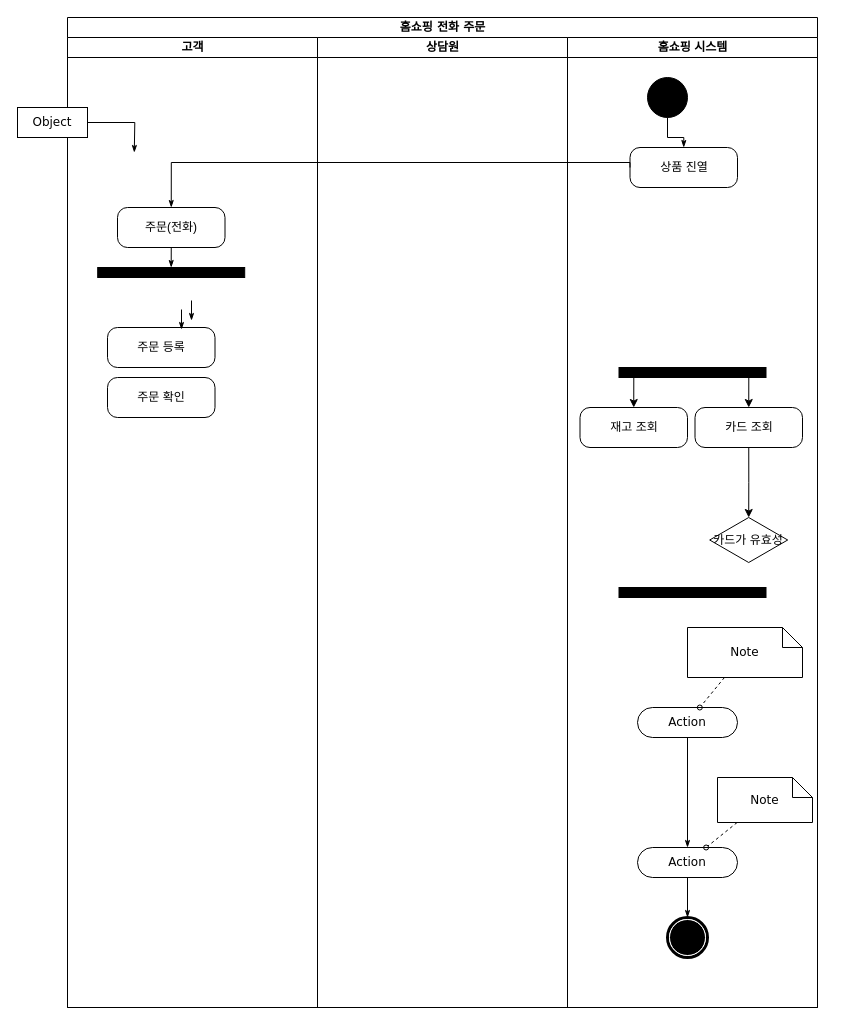
This is 액티비티 다이어그램.drawio from hyun10144/Lecture3-1, a draw.io file, before an edit. Source tidied: cells renumbered, new cells numbered last; positions are measured from the earlier drawing's top-left corner, leaving out a move shared by most shapes. Both pictures are drawn from the tidied source at 100%, with x=0, y=0 at pixel (17, 17).
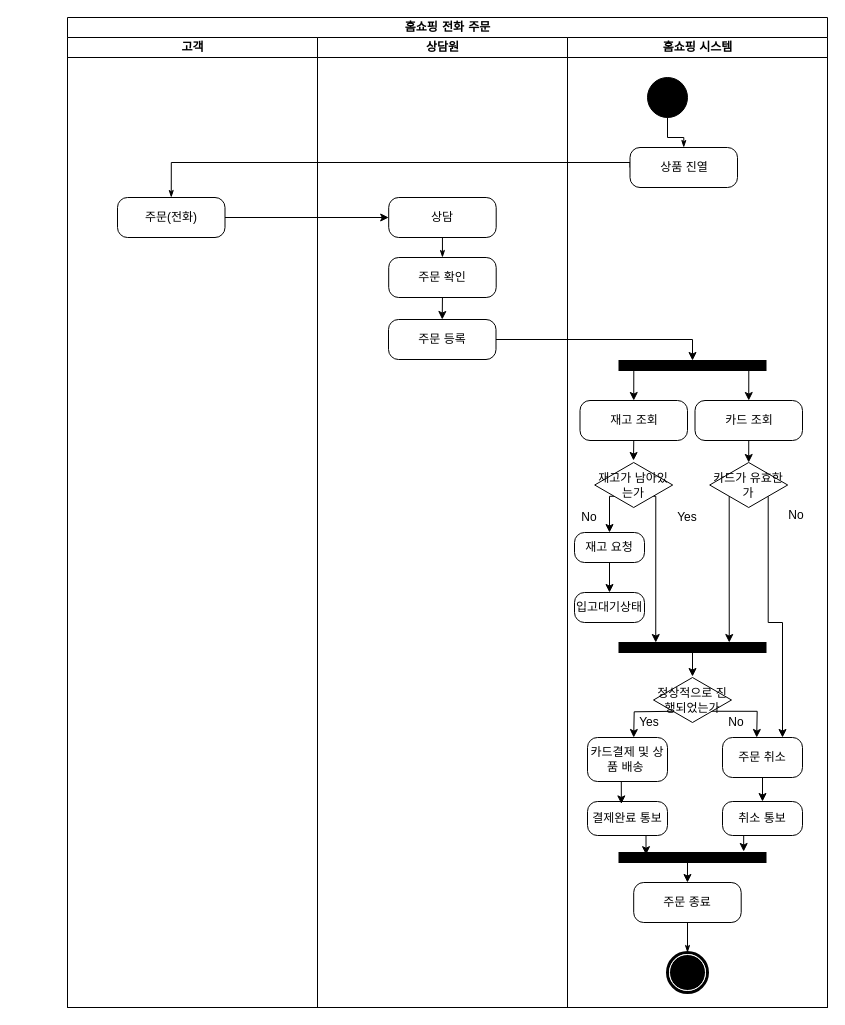
The same page after the edit.

Commit message (it also covers changes not shown here):
액티비티 다이어그램.drawio 업데이트

The change refers to these unchanged cells:
```xml
<mxCell id="3" value="고객" style="swimlane;html=1;startSize=20;" parent="2" vertex="1">
  <mxGeometry y="20" width="250" height="970" as="geometry" />
</mxCell>
<mxCell id="22" value="상품 진열" style="html=1;dashed=0;rounded=1;absoluteArcSize=1;arcSize=20;verticalAlign=middle;align=center;whiteSpace=wrap;" parent="10" vertex="1">
  <mxGeometry x="62.5" y="110" width="107.5" height="40" as="geometry" />
</mxCell>
```

Diff of the diagram source:
```diff
@@
     <mxCell id="2" value="홈쇼핑 전화 주문" style="swimlane;html=1;startSize=20;rounded=0;shadow=0;comic=0;labelBackgroundColor=none;strokeWidth=1;fontFamily=Verdana;fontSize=12;align=center;" parent="1" vertex="1">
-      <mxGeometry x="50" width="750" height="990" as="geometry" />
+      <mxGeometry x="50" width="760" height="990" as="geometry" />
     </mxCell>
@@
     <mxCell id="4" value="주문(전화)" style="html=1;dashed=0;rounded=1;absoluteArcSize=1;arcSize=20;verticalAlign=middle;align=center;whiteSpace=wrap;" parent="3" vertex="1">
-      <mxGeometry x="50" y="170" width="107.5" height="40" as="geometry" />
+      <mxGeometry x="50" y="160" width="107.5" height="40" as="geometry" />
     </mxCell>
-    <mxCell id="5" style="rounded=0;html=1;labelBackgroundColor=none;startArrow=none;startFill=0;startSize=5;endArrow=classicThin;endFill=1;endSize=5;jettySize=auto;strokeWidth=1;fontFamily=Verdana;fontSize=12;exitX=0.5;exitY=1;exitDx=0;exitDy=0;entryX=0.5;entryY=0;entryDx=0;entryDy=0;" parent="3" edge="1" source="4" target="6">
-      <mxGeometry relative="1" as="geometry" />
-    </mxCell>
-    <mxCell id="6" style="whiteSpace=wrap;html=1;rounded=0;shadow=0;comic=0;labelBackgroundColor=none;strokeWidth=1;fillColor=#000000;fontFamily=Verdana;fontSize=12;align=center;rotation=0;" parent="3" vertex="1">
-      <mxGeometry x="30.2" y="230" width="147" height="10" as="geometry" />
-    </mxCell>
+    <mxCell id="9" value="상담원" style="swimlane;html=1;startSize=20;" parent="2" vertex="1">
+      <mxGeometry x="250" y="20" width="250" height="970" as="geometry" />
+    </mxCell>
+    <mxCell id="36" value="상담" style="html=1;dashed=0;rounded=1;absoluteArcSize=1;arcSize=20;verticalAlign=middle;align=center;whiteSpace=wrap;" parent="9" vertex="1">
+      <mxGeometry x="71.2" y="160" width="107.5" height="40" as="geometry" />
+    </mxCell>
+    <mxCell id="37" style="edgeStyle=orthogonalEdgeStyle;rounded=0;jettySize=auto;html=1;exitX=0.5;exitY=1;exitDx=0;exitDy=0;entryX=0.5;entryY=0;entryDx=0;entryDy=0;" parent="9" edge="1" source="8" target="7">
+      <mxGeometry relative="1" as="geometry" />
+    </mxCell>
+    <mxCell id="8" value="주문 확인" style="html=1;dashed=0;rounded=1;absoluteArcSize=1;arcSize=20;verticalAlign=middle;align=center;whiteSpace=wrap;" parent="9" vertex="1">
+      <mxGeometry x="71.2" y="220" width="107.5" height="40" as="geometry" />
+    </mxCell>
+    <mxCell id="33" style="rounded=0;html=1;labelBackgroundColor=none;startArrow=none;startFill=0;startSize=5;endArrow=classicThin;endFill=1;endSize=5;jettySize=auto;strokeWidth=1;fontFamily=Verdana;fontSize=12;exitX=0.5;exitY=1;exitDx=0;exitDy=0;entryX=0.5;entryY=0;entryDx=0;entryDy=0;" parent="9" edge="1" source="36" target="8">
+      <mxGeometry relative="1" as="geometry" />
+    </mxCell>
-    <mxCell id="7" value="주문 등록" style="html=1;dashed=0;rounded=1;absoluteArcSize=1;arcSize=20;verticalAlign=middle;align=center;whiteSpace=wrap;" parent="3" vertex="1">
-      <mxGeometry x="40" y="290" width="107.5" height="40" as="geometry" />
+    <mxCell id="7" value="주문 등록" style="html=1;dashed=0;rounded=1;absoluteArcSize=1;arcSize=20;verticalAlign=middle;align=center;whiteSpace=wrap;" parent="9" vertex="1">
+      <mxGeometry x="71" y="282" width="107.5" height="40" as="geometry" />
     </mxCell>
-    <mxCell id="8" value="주문 확인" style="html=1;dashed=0;rounded=1;absoluteArcSize=1;arcSize=20;verticalAlign=middle;align=center;whiteSpace=wrap;" parent="3" vertex="1">
-      <mxGeometry x="40" y="340" width="107.5" height="40" as="geometry" />
-    </mxCell>
-    <mxCell id="9" value="상담원" style="swimlane;html=1;startSize=20;" parent="2" vertex="1">
-      <mxGeometry x="250" y="20" width="250" height="970" as="geometry" />
-    </mxCell>
+    <mxCell id="31" style="edgeStyle=orthogonalEdgeStyle;rounded=0;html=1;labelBackgroundColor=none;startArrow=none;startFill=0;startSize=5;endArrow=classicThin;endFill=1;endSize=5;jettySize=auto;strokeWidth=1;fontFamily=Verdana;fontSize=12;exitX=0;exitY=0.5;exitDx=0;exitDy=0;entryX=0.5;entryY=0;entryDx=0;entryDy=0;" parent="2" edge="1" source="22" target="4">
+      <mxGeometry relative="1" as="geometry">
+        <Array as="points">
+          <mxPoint x="563" y="145" />
+          <mxPoint x="104" y="145" />
+        </Array>
+      </mxGeometry>
+    </mxCell>
     <mxCell id="10" value="홈쇼핑 시스템" style="swimlane;html=1;startSize=20;" parent="2" vertex="1">
-      <mxGeometry x="500" y="20" width="250" height="970" as="geometry" />
+      <mxGeometry x="500" y="20" width="260" height="970" as="geometry" />
     </mxCell>
@@
-    <mxCell id="13" style="edgeStyle=none;rounded=0;html=1;labelBackgroundColor=none;startArrow=none;startFill=0;startSize=5;endArrow=classicThin;endFill=1;endSize=5;jettySize=auto;strokeWidth=1;fontFamily=Verdana;fontSize=12;" parent="10" edge="1" source="14" target="16">
-      <mxGeometry relative="1" as="geometry" />
-    </mxCell>
-    <mxCell id="14" value="Action" style="rounded=1;whiteSpace=wrap;html=1;shadow=0;comic=0;labelBackgroundColor=none;strokeWidth=1;fontFamily=Verdana;fontSize=12;align=center;arcSize=50;" parent="10" vertex="1">
-      <mxGeometry x="70" y="670" width="100" height="30" as="geometry" />
-    </mxCell>
-    <mxCell id="15" style="edgeStyle=none;rounded=0;html=1;labelBackgroundColor=none;startArrow=none;startFill=0;startSize=5;endArrow=classicThin;endFill=1;endSize=5;jettySize=auto;strokeWidth=1;fontFamily=Verdana;fontSize=12;" parent="10" edge="1" source="16" target="17">
-      <mxGeometry relative="1" as="geometry" />
+    <mxCell id="15" style="edgeStyle=none;rounded=0;html=1;labelBackgroundColor=none;startArrow=none;startFill=0;startSize=5;endArrow=classicThin;endFill=1;endSize=5;jettySize=auto;strokeWidth=1;fontFamily=Verdana;fontSize=12;" parent="10" edge="1" target="17">
+      <mxGeometry relative="1" as="geometry">
+        <mxPoint x="120" y="875" as="sourcePoint" />
+      </mxGeometry>
     </mxCell>
-    <mxCell id="16" value="Action" style="rounded=1;whiteSpace=wrap;html=1;shadow=0;comic=0;labelBackgroundColor=none;strokeWidth=1;fontFamily=Verdana;fontSize=12;align=center;arcSize=50;" parent="10" vertex="1">
-      <mxGeometry x="70" y="810" width="100" height="30" as="geometry" />
-    </mxCell>
     <mxCell id="17" style="shape=mxgraph.bpmn.shape;html=1;verticalLabelPosition=bottom;labelBackgroundColor=#ffffff;verticalAlign=top;perimeter=ellipsePerimeter;outline=end;symbol=terminate;rounded=0;shadow=0;comic=0;strokeWidth=1;fontFamily=Verdana;fontSize=12;align=center;" parent="10" vertex="1">
-      <mxGeometry x="100" y="880" width="40" height="40" as="geometry" />
+      <mxGeometry x="100" y="915" width="40" height="40" as="geometry" />
     </mxCell>
-    <mxCell id="18" style="edgeStyle=none;rounded=0;html=1;dashed=1;labelBackgroundColor=none;startArrow=none;startFill=0;startSize=5;endArrow=oval;endFill=0;endSize=5;jettySize=auto;strokeWidth=1;fontFamily=Verdana;fontSize=12;" parent="10" edge="1" source="19" target="14">
-      <mxGeometry relative="1" as="geometry" />
-    </mxCell>
-    <mxCell id="19" value="Note" style="shape=note;whiteSpace=wrap;html=1;rounded=0;shadow=0;comic=0;labelBackgroundColor=none;strokeWidth=1;fontFamily=Verdana;fontSize=12;align=center;size=20;" parent="10" vertex="1">
-      <mxGeometry x="120" y="590" width="115" height="50" as="geometry" />
-    </mxCell>
-    <mxCell id="20" style="edgeStyle=none;rounded=0;html=1;dashed=1;labelBackgroundColor=none;startArrow=none;startFill=0;startSize=5;endArrow=oval;endFill=0;endSize=5;jettySize=auto;strokeWidth=1;fontFamily=Verdana;fontSize=12;" parent="10" edge="1" source="21" target="16">
-      <mxGeometry relative="1" as="geometry" />
-    </mxCell>
-    <mxCell id="21" value="Note" style="shape=note;whiteSpace=wrap;html=1;rounded=0;shadow=0;comic=0;labelBackgroundColor=none;strokeWidth=1;fontFamily=Verdana;fontSize=12;align=center;size=20;" parent="10" vertex="1">
-      <mxGeometry x="150" y="740" width="95" height="45" as="geometry" />
-    </mxCell>
@@
     <mxCell id="24" value="카드 조회" style="html=1;dashed=0;rounded=1;absoluteArcSize=1;arcSize=20;verticalAlign=middle;align=center;whiteSpace=wrap;" parent="10" vertex="1">
-      <mxGeometry x="127.5" y="370" width="107.5" height="40" as="geometry" />
+      <mxGeometry x="127.5" y="363" width="107.5" height="40" as="geometry" />
     </mxCell>
+    <mxCell id="38" style="edgeStyle=orthogonalEdgeStyle;rounded=0;jettySize=auto;html=1;exitX=0.5;exitY=1;exitDx=0;exitDy=0;" parent="10" edge="1" source="25">
+      <mxGeometry relative="1" as="geometry">
+        <mxPoint x="66" y="423" as="targetPoint" />
+      </mxGeometry>
+    </mxCell>
     <mxCell id="25" value="재고 조회" style="html=1;dashed=0;rounded=1;absoluteArcSize=1;arcSize=20;verticalAlign=middle;align=center;whiteSpace=wrap;" parent="10" vertex="1">
-      <mxGeometry x="12.5" y="370" width="107.5" height="40" as="geometry" />
+      <mxGeometry x="12.5" y="363" width="107.5" height="40" as="geometry" />
     </mxCell>
@@
     <mxCell id="28" style="whiteSpace=wrap;html=1;rounded=0;shadow=0;comic=0;labelBackgroundColor=none;strokeWidth=1;fillColor=#000000;fontFamily=Verdana;fontSize=12;align=center;rotation=0;" parent="10" vertex="1">
-      <mxGeometry x="51.5" y="330" width="147" height="10" as="geometry" />
+      <mxGeometry x="51.5" y="323" width="147" height="10" as="geometry" />
     </mxCell>
+    <mxCell id="39" style="edgeStyle=orthogonalEdgeStyle;rounded=0;jettySize=auto;html=1;exitX=0;exitY=1;exitDx=0;exitDy=0;entryX=0.75;entryY=0;entryDx=0;entryDy=0;" parent="10" edge="1" source="29" target="30">
+      <mxGeometry relative="1" as="geometry" />
+    </mxCell>
+    <mxCell id="40" style="edgeStyle=orthogonalEdgeStyle;rounded=0;jettySize=auto;html=1;exitX=1;exitY=1;exitDx=0;exitDy=0;entryX=0.75;entryY=0;entryDx=0;entryDy=0;" parent="10" edge="1" source="29" target="53">
+      <mxGeometry relative="1" as="geometry" />
+    </mxCell>
-    <mxCell id="29" value="카드가 유효성" style="rhombus;whiteSpace=wrap;html=1;" parent="10" vertex="1">
-      <mxGeometry x="142.2" y="480" width="78" height="45" as="geometry" />
+    <mxCell id="29" value="카드가 유효한가" style="rhombus;whiteSpace=wrap;html=1;" parent="10" vertex="1">
+      <mxGeometry x="142.2" y="425" width="78" height="45" as="geometry" />
     </mxCell>
+    <mxCell id="41" style="edgeStyle=orthogonalEdgeStyle;rounded=0;jettySize=auto;html=1;exitX=0.5;exitY=1;exitDx=0;exitDy=0;entryX=0.5;entryY=0;entryDx=0;entryDy=0;" parent="10" edge="1" source="30">
+      <mxGeometry relative="1" as="geometry">
+        <mxPoint x="125" y="639" as="targetPoint" />
+      </mxGeometry>
+    </mxCell>
     <mxCell id="30" style="whiteSpace=wrap;html=1;rounded=0;shadow=0;comic=0;labelBackgroundColor=none;strokeWidth=1;fillColor=#000000;fontFamily=Verdana;fontSize=12;align=center;rotation=0;" parent="10" vertex="1">
-      <mxGeometry x="51.5" y="550" width="147" height="10" as="geometry" />
+      <mxGeometry x="51.5" y="605" width="147" height="10" as="geometry" />
     </mxCell>
-    <mxCell id="31" style="edgeStyle=orthogonalEdgeStyle;rounded=0;html=1;labelBackgroundColor=none;startArrow=none;startFill=0;startSize=5;endArrow=classicThin;endFill=1;endSize=5;jettySize=auto;strokeWidth=1;fontFamily=Verdana;fontSize=12;exitX=0;exitY=0.5;exitDx=0;exitDy=0;entryX=0.5;entryY=0;entryDx=0;entryDy=0;" parent="2" edge="1" source="22" target="4">
-      <mxGeometry relative="1" as="geometry">
-        <Array as="points">
-          <mxPoint x="563" y="145" />
-          <mxPoint x="104" y="145" />
-        </Array>
-      </mxGeometry>
-    </mxCell>
-    <mxCell id="32" style="rounded=0;html=1;labelBackgroundColor=none;startArrow=none;startFill=0;startSize=5;endArrow=classicThin;endFill=1;endSize=5;jettySize=auto;orthogonalLoop=1;strokeWidth=1;fontFamily=Verdana;fontSize=12;exitX=0.5;exitY=1;exitDx=0;exitDy=0;entryX=0.5;entryY=0;entryDx=0;entryDy=0;" parent="1" edge="1">
-      <mxGeometry relative="1" as="geometry">
-        <mxPoint x="164" y="292" as="sourcePoint" />
-        <mxPoint x="164" y="312" as="targetPoint" />
-      </mxGeometry>
-    </mxCell>
-    <mxCell id="33" style="rounded=0;html=1;labelBackgroundColor=none;startArrow=none;startFill=0;startSize=5;endArrow=classicThin;endFill=1;endSize=5;jettySize=auto;orthogonalLoop=1;strokeWidth=1;fontFamily=Verdana;fontSize=12;exitX=0.5;exitY=1;exitDx=0;exitDy=0;entryX=0.5;entryY=0;entryDx=0;entryDy=0;" parent="1" edge="1">
-      <mxGeometry relative="1" as="geometry">
-        <mxPoint x="174" y="283" as="sourcePoint" />
-        <mxPoint x="174" y="303" as="targetPoint" />
-      </mxGeometry>
-    </mxCell>
-    <mxCell id="34" style="edgeStyle=orthogonalEdgeStyle;rounded=0;html=1;entryX=0.25;entryY=0;labelBackgroundColor=none;startArrow=none;startFill=0;startSize=5;endArrow=classicThin;endFill=1;endSize=5;jettySize=auto;strokeWidth=1;fontFamily=Verdana;fontSize=12;" parent="1" edge="1" source="35">
-      <mxGeometry relative="1" as="geometry">
-        <mxPoint x="116.8" y="135" as="targetPoint" />
-      </mxGeometry>
-    </mxCell>
-    <mxCell id="35" value="Object" style="rounded=0;whiteSpace=wrap;html=1;shadow=0;comic=0;labelBackgroundColor=none;strokeWidth=1;fontFamily=Verdana;fontSize=12;align=center;arcSize=50;" parent="1" vertex="1">
-      <mxGeometry y="90" width="70" height="30" as="geometry" />
-    </mxCell>
+    <mxCell id="42" value="주문 종료" style="html=1;dashed=0;rounded=1;absoluteArcSize=1;arcSize=20;verticalAlign=middle;align=center;whiteSpace=wrap;" parent="10" vertex="1">
+      <mxGeometry x="66.2" y="845" width="107.5" height="40" as="geometry" />
+    </mxCell>
+    <mxCell id="43" style="edgeStyle=orthogonalEdgeStyle;rounded=0;jettySize=auto;html=1;exitX=0;exitY=1;exitDx=0;exitDy=0;entryX=0.5;entryY=0;entryDx=0;entryDy=0;" parent="10" edge="1" source="45" target="47">
+      <mxGeometry relative="1" as="geometry" />
+    </mxCell>
+    <mxCell id="44" style="edgeStyle=orthogonalEdgeStyle;rounded=0;jettySize=auto;html=1;exitX=1;exitY=1;exitDx=0;exitDy=0;entryX=0.25;entryY=0;entryDx=0;entryDy=0;" parent="10" edge="1" source="45" target="30">
+      <mxGeometry relative="1" as="geometry">
+        <Array as="points">
+          <mxPoint x="88" y="459" />
+        </Array>
+      </mxGeometry>
+    </mxCell>
+    <mxCell id="45" value="재고가 남아있는가" style="rhombus;whiteSpace=wrap;html=1;" parent="10" vertex="1">
+      <mxGeometry x="27.2" y="425" width="78" height="45" as="geometry" />
+    </mxCell>
+    <mxCell id="46" style="edgeStyle=orthogonalEdgeStyle;rounded=0;jettySize=auto;html=1;exitX=0.5;exitY=1;exitDx=0;exitDy=0;" parent="10" edge="1" source="47" target="48">
+      <mxGeometry relative="1" as="geometry" />
+    </mxCell>
+    <mxCell id="47" value="재고 요청" style="html=1;dashed=0;rounded=1;absoluteArcSize=1;arcSize=20;verticalAlign=middle;align=center;whiteSpace=wrap;" parent="10" vertex="1">
+      <mxGeometry x="7" y="495" width="70" height="30" as="geometry" />
+    </mxCell>
+    <mxCell id="48" value="입고대기상태" style="html=1;dashed=0;rounded=1;absoluteArcSize=1;arcSize=20;verticalAlign=middle;align=center;whiteSpace=wrap;" parent="10" vertex="1">
+      <mxGeometry x="7" y="555" width="70" height="30" as="geometry" />
+    </mxCell>
+    <mxCell id="49" value="Yes" style="text;html=1;align=center;verticalAlign=middle;whiteSpace=wrap;rounded=0;" parent="10" vertex="1">
+      <mxGeometry x="90" y="465" width="60" height="30" as="geometry" />
+    </mxCell>
+    <mxCell id="50" value="No" style="text;html=1;align=center;verticalAlign=middle;whiteSpace=wrap;rounded=0;" parent="10" vertex="1">
+      <mxGeometry x="-8.5" y="465" width="60" height="30" as="geometry" />
+    </mxCell>
+    <mxCell id="51" value="No" style="text;html=1;align=center;verticalAlign=middle;whiteSpace=wrap;rounded=0;" parent="10" vertex="1">
+      <mxGeometry x="198.5" y="463" width="60" height="30" as="geometry" />
+    </mxCell>
+    <mxCell id="52" style="edgeStyle=orthogonalEdgeStyle;rounded=0;jettySize=auto;html=1;exitX=0.5;exitY=1;exitDx=0;exitDy=0;entryX=0.5;entryY=0;entryDx=0;entryDy=0;" parent="10" edge="1" source="53" target="65">
+      <mxGeometry relative="1" as="geometry" />
+    </mxCell>
+    <mxCell id="53" value="주문 취소" style="html=1;dashed=0;rounded=1;absoluteArcSize=1;arcSize=20;verticalAlign=middle;align=center;whiteSpace=wrap;" parent="10" vertex="1">
+      <mxGeometry x="155" y="700" width="80" height="40" as="geometry" />
+    </mxCell>
+    <mxCell id="54" value="카드결제 및 상품 배송&amp;nbsp;" style="html=1;dashed=0;rounded=1;absoluteArcSize=1;arcSize=20;verticalAlign=middle;align=center;whiteSpace=wrap;" parent="10" vertex="1">
+      <mxGeometry x="20" y="700" width="80" height="44" as="geometry" />
+    </mxCell>
+    <mxCell id="55" style="edgeStyle=orthogonalEdgeStyle;rounded=0;orthogonalLoop=1;jettySize=auto;html=1;exitX=0;exitY=1;exitDx=0;exitDy=0;" parent="10" edge="1">
+      <mxGeometry relative="1" as="geometry">
+        <mxPoint x="105.5" y="673.8" as="sourcePoint" />
+        <mxPoint x="66.2" y="700" as="targetPoint" />
+      </mxGeometry>
+    </mxCell>
+    <mxCell id="56" style="edgeStyle=orthogonalEdgeStyle;rounded=0;jettySize=auto;html=1;exitX=1;exitY=1;exitDx=0;exitDy=0;entryX=0.5;entryY=0;entryDx=0;entryDy=0;" parent="10" edge="1" source="57">
+      <mxGeometry relative="1" as="geometry">
+        <mxPoint x="189.2" y="700" as="targetPoint" />
+      </mxGeometry>
+    </mxCell>
+    <mxCell id="57" value="정상적으로 진행되었는가" style="rhombus;whiteSpace=wrap;html=1;" parent="10" vertex="1">
+      <mxGeometry x="86" y="640" width="78" height="45" as="geometry" />
+    </mxCell>
+    <mxCell id="58" value="No" style="text;html=1;align=center;verticalAlign=middle;whiteSpace=wrap;rounded=0;" parent="10" vertex="1">
+      <mxGeometry x="138.5" y="670" width="60" height="30" as="geometry" />
+    </mxCell>
+    <mxCell id="59" value="Yes" style="text;html=1;align=center;verticalAlign=middle;whiteSpace=wrap;rounded=0;" parent="10" vertex="1">
+      <mxGeometry x="51.5" y="670" width="60" height="30" as="geometry" />
+    </mxCell>
+    <mxCell id="60" style="edgeStyle=orthogonalEdgeStyle;rounded=0;jettySize=auto;html=1;exitX=0.5;exitY=1;exitDx=0;exitDy=0;entryX=0.5;entryY=0;entryDx=0;entryDy=0;" parent="10" edge="1" source="61" target="42">
+      <mxGeometry relative="1" as="geometry" />
+    </mxCell>
+    <mxCell id="61" style="whiteSpace=wrap;html=1;rounded=0;shadow=0;comic=0;labelBackgroundColor=none;strokeWidth=1;fillColor=#000000;fontFamily=Verdana;fontSize=12;align=center;rotation=0;" parent="10" vertex="1">
+      <mxGeometry x="51.5" y="815" width="147" height="10" as="geometry" />
+    </mxCell>
+    <mxCell id="62" value="결제완료 통보" style="html=1;dashed=0;rounded=1;absoluteArcSize=1;arcSize=20;verticalAlign=middle;align=center;whiteSpace=wrap;" parent="10" vertex="1">
+      <mxGeometry x="20" y="764" width="80" height="34" as="geometry" />
+    </mxCell>
+    <mxCell id="63" style="edgeStyle=orthogonalEdgeStyle;rounded=0;jettySize=auto;html=1;exitX=0.5;exitY=1;exitDx=0;exitDy=0;entryX=0.423;entryY=0.071;entryDx=0;entryDy=0;entryPerimeter=0;" parent="10" edge="1" source="54" target="62">
+      <mxGeometry relative="1" as="geometry" />
+    </mxCell>
+    <mxCell id="64" style="edgeStyle=orthogonalEdgeStyle;rounded=0;jettySize=auto;html=1;exitX=0.75;exitY=1;exitDx=0;exitDy=0;entryX=0.184;entryY=0.22;entryDx=0;entryDy=0;entryPerimeter=0;" parent="10" edge="1" source="62" target="61">
+      <mxGeometry relative="1" as="geometry" />
+    </mxCell>
+    <mxCell id="65" value="취소 통보" style="html=1;dashed=0;rounded=1;absoluteArcSize=1;arcSize=20;verticalAlign=middle;align=center;whiteSpace=wrap;" parent="10" vertex="1">
+      <mxGeometry x="155" y="764" width="80" height="34" as="geometry" />
+    </mxCell>
+    <mxCell id="66" style="edgeStyle=orthogonalEdgeStyle;rounded=0;jettySize=auto;html=1;exitX=0.25;exitY=1;exitDx=0;exitDy=0;entryX=0.848;entryY=-0.1;entryDx=0;entryDy=0;entryPerimeter=0;" parent="10" edge="1" source="65" target="61">
+      <mxGeometry relative="1" as="geometry" />
+    </mxCell>
+    <mxCell id="67" style="edgeStyle=orthogonalEdgeStyle;rounded=0;jettySize=auto;html=1;exitX=1;exitY=0.5;exitDx=0;exitDy=0;entryX=0;entryY=0.5;entryDx=0;entryDy=0;" parent="2" edge="1" source="4" target="36">
+      <mxGeometry relative="1" as="geometry" />
+    </mxCell>
+    <mxCell id="68" style="edgeStyle=orthogonalEdgeStyle;rounded=0;jettySize=auto;html=1;entryX=0.5;entryY=0;entryDx=0;entryDy=0;" parent="2" edge="1" source="7" target="28">
+      <mxGeometry relative="1" as="geometry" />
+    </mxCell>
```
